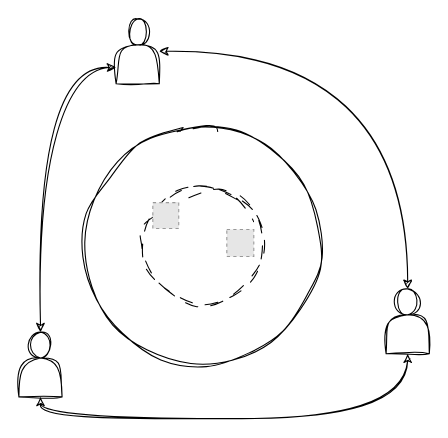
foxeet/ChatGPT_desktop keeps this draw.io diagram as 未命名绘图.drawio. Above is the earlier version. Source tidied: cells renumbered, new cells numbered last; positions are measured from the earlier drawing's top-left corner, leaving out a move shared by most shapes. Both pictures are drawn from the tidied source at 108%, with x=0, y=0 at pixel (18, 18). Pictures stored in the file or linked from it are replaced by grey dashed boxes.
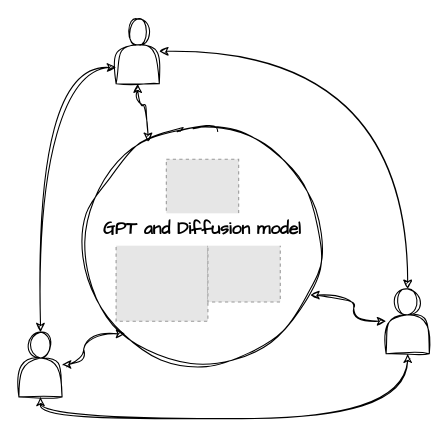
Above is the later version.

Commit message:
更新未命名绘图.drawio

The edit, as a diff of the source:
```diff
@@
 <mxGraphModel>
   <root>
     <mxCell id="0" />
     <mxCell id="1" parent="0" />
     <mxCell id="2" style="edgeStyle=orthogonalEdgeStyle;rounded=0;sketch=1;hachureGap=4;jiggle=2;curveFitting=1;jettySize=auto;html=1;entryX=0;entryY=0.75;entryDx=0;entryDy=0;fontFamily=Architects Daughter;fontSize=16;curved=1;startArrow=classic;startFill=1;" parent="1" edge="1" source="4" target="6">
       <mxGeometry relative="1" as="geometry">
         <Array as="points">
           <mxPoint x="20" y="45" />
         </Array>
       </mxGeometry>
     </mxCell>
     <mxCell id="3" style="edgeStyle=orthogonalEdgeStyle;rounded=0;sketch=1;hachureGap=4;jiggle=2;curveFitting=1;jettySize=auto;html=1;entryX=0.5;entryY=1;entryDx=0;entryDy=0;fontFamily=Architects Daughter;fontSize=16;curved=1;startArrow=classic;startFill=1;" parent="1" edge="1" source="4" target="7">
       <mxGeometry relative="1" as="geometry">
         <Array as="points">
           <mxPoint x="20" y="370" />
           <mxPoint x="360" y="370" />
         </Array>
       </mxGeometry>
     </mxCell>
     <mxCell id="4" style="shape=actor;whiteSpace=wrap;html=1;hachureGap=4;fontFamily=Architects Daughter;fontSize=20;sketch=1;curveFitting=1;jiggle=2;" parent="1" vertex="1">
       <mxGeometry y="290" width="40" height="60" as="geometry" />
     </mxCell>
     <mxCell id="5" style="edgeStyle=orthogonalEdgeStyle;rounded=0;sketch=1;hachureGap=4;jiggle=2;curveFitting=1;jettySize=auto;html=1;fontFamily=Architects Daughter;fontSize=16;curved=1;startArrow=classic;startFill=1;" parent="1" edge="1" source="6" target="7">
       <mxGeometry relative="1" as="geometry" />
     </mxCell>
     <mxCell id="6" style="shape=actor;whiteSpace=wrap;html=1;hachureGap=4;fontFamily=Architects Daughter;fontSize=20;sketch=1;curveFitting=1;jiggle=2;" parent="1" vertex="1">
       <mxGeometry x="90" width="40" height="60" as="geometry" />
     </mxCell>
     <mxCell id="7" style="shape=actor;whiteSpace=wrap;html=1;hachureGap=4;fontFamily=Architects Daughter;fontSize=20;sketch=1;curveFitting=1;jiggle=2;" parent="1" vertex="1">
       <mxGeometry x="340" y="250" width="40" height="60" as="geometry" />
     </mxCell>
     <mxCell id="8" style="ellipse;whiteSpace=wrap;html=1;hachureGap=4;fontFamily=Architects Daughter;fontSize=20;sketch=1;curveFitting=1;jiggle=2;" parent="1" vertex="1">
       <mxGeometry x="60" y="100" width="220" height="220" as="geometry" />
     </mxCell>
-    <mxCell id="9" style="ellipse;whiteSpace=wrap;html=1;hachureGap=4;fontFamily=Architects Daughter;fontSize=20;sketch=1;curveFitting=1;jiggle=2;dashed=1;dashPattern=12 12;" parent="1" vertex="1">
-      <mxGeometry x="115" y="154" width="110" height="110" as="geometry" />
-    </mxCell>
-    <mxCell id="10" style="fillColor=#E6E6E6;strokeColor=#999999;dashed=1;html=1;verticalAlign=top;verticalLabelPosition=bottom;labelBackgroundColor=#ffffff;fontFamily=Architects Daughter;fontSize=20;" parent="1" vertex="1">
-      <mxGeometry x="192.5" y="195" width="25" height="25" as="geometry" />
-    </mxCell>
-    <mxCell id="11" style="fillColor=#E6E6E6;strokeColor=#999999;dashed=1;html=1;verticalAlign=top;verticalLabelPosition=bottom;labelBackgroundColor=#ffffff;fontFamily=Architects Daughter;fontSize=20;" parent="1" vertex="1">
-      <mxGeometry x="124" y="170.1" width="24" height="24" as="geometry" />
-    </mxCell>
+    <mxCell id="12" style="edgeStyle=orthogonalEdgeStyle;rounded=0;sketch=1;hachureGap=4;jiggle=2;curveFitting=1;jettySize=auto;html=1;fontFamily=Architects Daughter;fontSize=16;curved=1;startArrow=classic;startFill=1;entryX=0.271;entryY=0.063;entryDx=0;entryDy=0;entryPerimeter=0;" parent="1" edge="1" source="6" target="8">
+      <mxGeometry relative="1" as="geometry" />
+    </mxCell>
+    <mxCell id="13" style="edgeStyle=orthogonalEdgeStyle;rounded=0;sketch=1;hachureGap=4;jiggle=2;curveFitting=1;jettySize=auto;html=1;entryX=0.174;entryY=0.871;entryDx=0;entryDy=0;entryPerimeter=0;fontFamily=Architects Daughter;fontSize=16;curved=1;startArrow=classic;startFill=1;" parent="1" edge="1" source="4" target="8">
+      <mxGeometry relative="1" as="geometry" />
+    </mxCell>
+    <mxCell id="14" style="edgeStyle=orthogonalEdgeStyle;rounded=0;sketch=1;hachureGap=4;jiggle=2;curveFitting=1;jettySize=auto;html=1;entryX=0.954;entryY=0.708;entryDx=0;entryDy=0;entryPerimeter=0;fontFamily=Architects Daughter;fontSize=16;curved=1;startArrow=classic;startFill=1;" parent="1" edge="1" source="7" target="8">
+      <mxGeometry relative="1" as="geometry" />
+    </mxCell>
+    <mxCell id="15" style="group;" parent="1" vertex="1">
+      <mxGeometry x="75" y="130" width="190" height="150" as="geometry" />
+    </mxCell>
+    <mxCell id="16" style="fillColor=#E6E6E6;strokeColor=#999999;dashed=1;verticalLabelPosition=bottom;labelBackgroundColor=default;verticalAlign=top;" parent="15" vertex="1">
+      <mxGeometry x="61.5" width="67" height="64.8" as="geometry" />
+    </mxCell>
+    <mxCell id="17" style="fillColor=#E6E6E6;strokeColor=#999999;dashed=1;verticalLabelPosition=bottom;labelBackgroundColor=default;verticalAlign=top;" parent="15" vertex="1">
+      <mxGeometry x="15" y="67.7" width="85" height="82.3" as="geometry" />
+    </mxCell>
+    <mxCell id="18" style="fillColor=#E6E6E6;strokeColor=#999999;dashed=1;verticalLabelPosition=bottom;labelBackgroundColor=default;verticalAlign=top;" parent="15" vertex="1">
+      <mxGeometry x="100" y="67.4" width="67" height="64.8" as="geometry" />
+    </mxCell>
+    <mxCell id="19" value="GPT and Diffusion model" style="text;html=1;strokeColor=none;fillColor=default;align=center;verticalAlign=middle;whiteSpace=wrap;rounded=0;fontSize=16;fontFamily=Architects Daughter;fontColor=default;gradientColor=none;fillStyle=auto;fontStyle=1;" parent="15" vertex="1">
+      <mxGeometry y="50" width="190" height="30" as="geometry" />
+    </mxCell>
   </root>
 </mxGraphModel>
```
